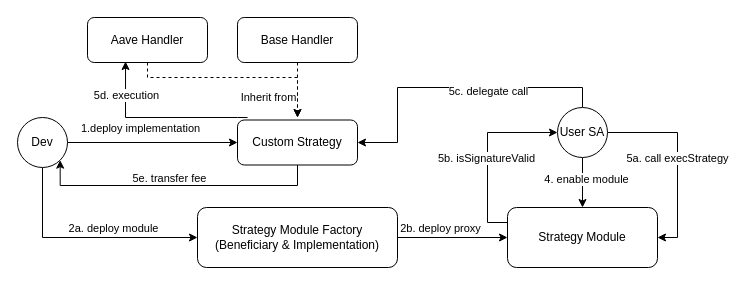
Unhosted-Wallet/unhosted-modules keeps this draw.io diagram as defi-strategies/strategy-diagram.drawio. Above is the earlier version. Source tidied: cells renumbered, new cells numbered last; positions are measured from the earlier drawing's top-left corner, leaving out a move shared by most shapes. Both pictures are drawn from the tidied source at 100%, with x=0, y=0 at pixel (17, 17).
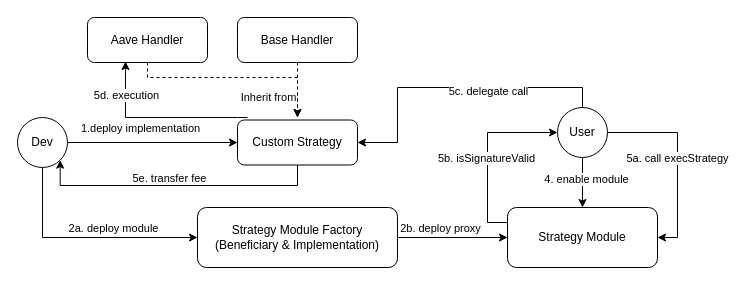
After the change.

The edit, as a diff of the source:
```diff
@@
-    <mxCell id="24" value="User SA" style="ellipse;whiteSpace=wrap;html=1;" parent="1" vertex="1">
+    <mxCell id="24" value="User" style="ellipse;whiteSpace=wrap;html=1;" parent="1" vertex="1">
       <mxGeometry x="540" y="90" width="50" height="50" as="geometry" />
     </mxCell>
```
